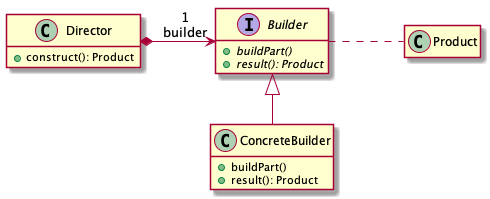
Above: creation/builder/uml/builder_cd.png in ace-lectures/pattern-repository (PlantUML), before the change. Source of this version:
```plantuml
@startuml

skinparam nodesep 75
skinparam ranksep 50
hide empty members

class Director {
  + construct(): Product
}

Director *-> "1\nbuilder" Builder

interface Builder {
  + {abstract} buildPart()
  + {abstract} result(): Product
}

class ConcreteBuilder {
  + buildPart()
  + result(): Product
}

class Product

Builder <|-- ConcreteBuilder
Builder . Product

@enduml
```
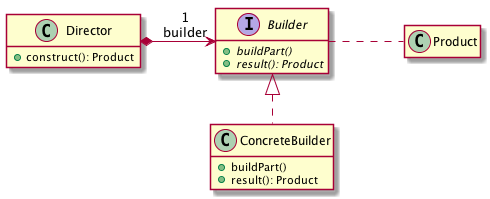
The same file after the commit.

What changed in the source:
```diff
@@ -22,7 +22,7 @@
 
 class Product
 
-Builder <|-- ConcreteBuilder
+Builder <|.. ConcreteBuilder
 Builder . Product
 
 @enduml
```
